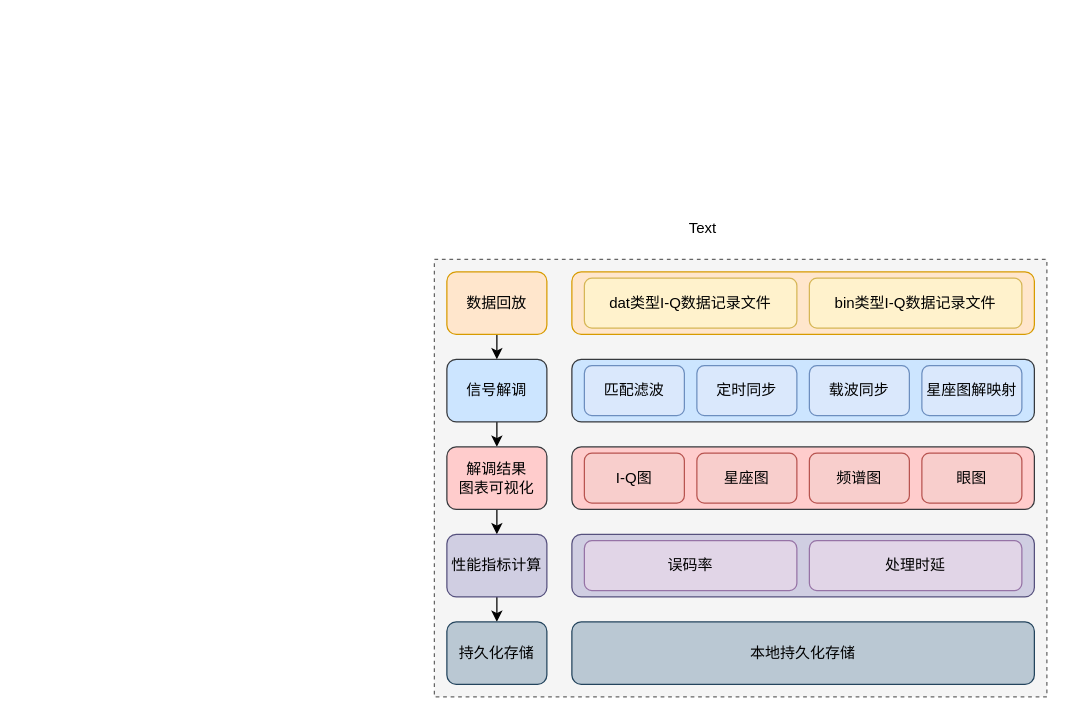
Thesis7/satellite-burst-signal-demodulation-system-lab keeps this draw.io diagram as img/卫星突发信号解调系统具体应用场景.drawio. Above is the earlier version. Source tidied: cells renumbered, new cells numbered last; positions are measured from the earlier drawing's top-left corner, leaving out a move shared by most shapes. Both pictures are drawn from the tidied source at 125%, with x=0, y=0 at pixel (434, 209).
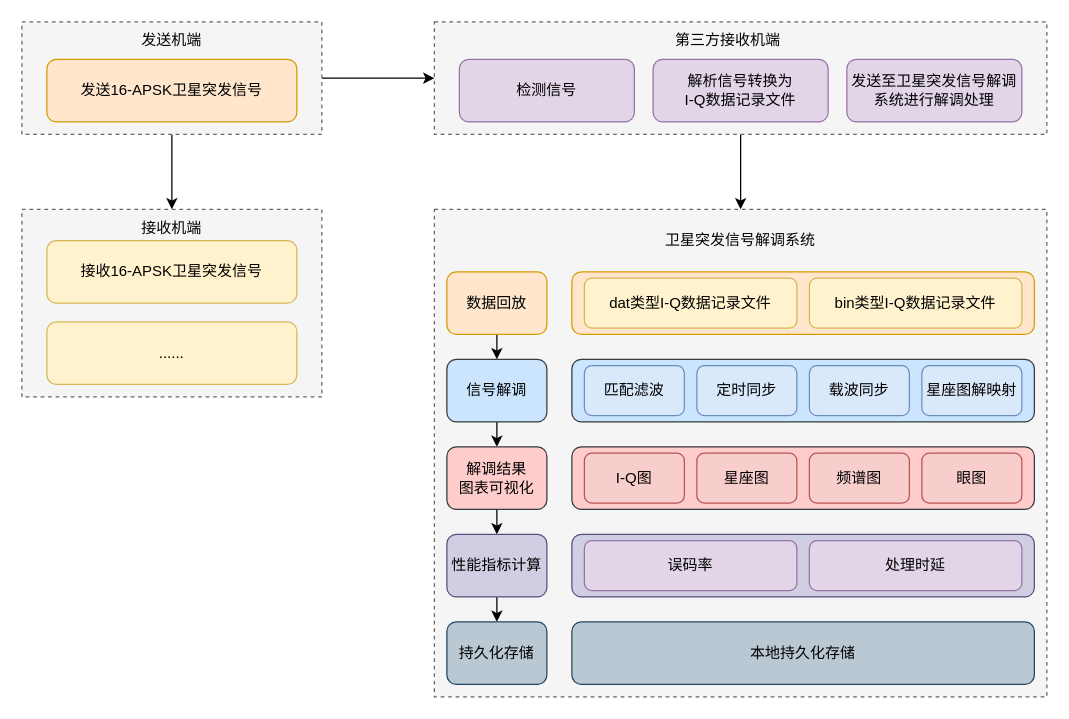
The same diagram, later.

Commit message (it also covers changes not shown here):
更新卫星突发信号解调系统具体应用场景.drawio

Change to the diagram source:
```diff
@@
+    <mxCell id="30" style="edgeStyle=orthogonalEdgeStyle;rounded=0;jettySize=auto;html=1;exitX=0.5;exitY=1;exitDx=0;exitDy=0;entryX=0.5;entryY=0;entryDx=0;entryDy=0;" parent="1" edge="1" source="31" target="2">
+      <mxGeometry relative="1" as="geometry" />
+    </mxCell>
+    <mxCell id="31" style="rounded=0;whiteSpace=wrap;html=1;fillColor=#f5f5f5;fontColor=#333333;strokeColor=#666666;dashed=1;" parent="1" vertex="1">
+      <mxGeometry y="-150" width="490" height="90" as="geometry" />
+    </mxCell>
+    <mxCell id="32" style="rounded=0;whiteSpace=wrap;html=1;fillColor=#f5f5f5;fontColor=#333333;strokeColor=#666666;dashed=1;" parent="1" vertex="1">
+      <mxGeometry x="-330" width="240" height="150" as="geometry" />
+    </mxCell>
+    <mxCell id="33" style="edgeStyle=orthogonalEdgeStyle;rounded=0;jettySize=auto;html=1;exitX=0.5;exitY=1;exitDx=0;exitDy=0;entryX=0.5;entryY=0;entryDx=0;entryDy=0;" parent="1" edge="1" source="35" target="37">
+      <mxGeometry relative="1" as="geometry" />
+    </mxCell>
+    <mxCell id="34" style="edgeStyle=orthogonalEdgeStyle;rounded=0;jettySize=auto;html=1;exitX=1;exitY=0.5;exitDx=0;exitDy=0;entryX=0;entryY=0.5;entryDx=0;entryDy=0;" parent="1" edge="1" source="35" target="31">
+      <mxGeometry relative="1" as="geometry" />
+    </mxCell>
+    <mxCell id="35" style="rounded=0;whiteSpace=wrap;html=1;fillColor=#f5f5f5;fontColor=#333333;strokeColor=#666666;dashed=1;" parent="1" vertex="1">
+      <mxGeometry x="-330" y="-150" width="240" height="90" as="geometry" />
+    </mxCell>
     <mxCell id="2" style="rounded=0;whiteSpace=wrap;html=1;fillColor=#f5f5f5;fontColor=#333333;strokeColor=#666666;dashed=1;" parent="1" vertex="1">
-      <mxGeometry y="40" width="490" height="350" as="geometry" />
+      <mxGeometry width="490" height="390" as="geometry" />
     </mxCell>
@@
-    <mxCell id="29" value="Text" style="text;html=1;align=center;verticalAlign=middle;whiteSpace=wrap;rounded=0;" parent="1" vertex="1">
-      <mxGeometry x="90" width="250" height="30" as="geometry" />
+    <mxCell id="29" value="卫星突发信号解调系统" style="text;html=1;align=center;verticalAlign=middle;whiteSpace=wrap;rounded=0;" parent="1" vertex="1">
+      <mxGeometry x="10" y="10" width="470" height="30" as="geometry" />
     </mxCell>
+    <mxCell id="36" value="发送机端" style="text;html=1;align=center;verticalAlign=middle;whiteSpace=wrap;rounded=0;" parent="1" vertex="1">
+      <mxGeometry x="-330" y="-150" width="240" height="30" as="geometry" />
+    </mxCell>
+    <mxCell id="37" value="接收机端" style="text;html=1;align=center;verticalAlign=middle;whiteSpace=wrap;rounded=0;" parent="1" vertex="1">
+      <mxGeometry x="-330" width="240" height="30" as="geometry" />
+    </mxCell>
+    <mxCell id="38" value="发送16-APSK卫星突发信号" style="rounded=1;whiteSpace=wrap;html=1;fillColor=#ffe6cc;strokeColor=#d79b00;" parent="1" vertex="1">
+      <mxGeometry x="-310" y="-120" width="200" height="50" as="geometry" />
+    </mxCell>
+    <mxCell id="39" value="接收16-APSK卫星突发信号" style="rounded=1;whiteSpace=wrap;html=1;fillColor=#fff2cc;strokeColor=#d6b656;" parent="1" vertex="1">
+      <mxGeometry x="-310" y="25" width="200" height="50" as="geometry" />
+    </mxCell>
+    <mxCell id="40" value="第三方接收机端" style="text;html=1;align=center;verticalAlign=middle;whiteSpace=wrap;rounded=0;" parent="1" vertex="1">
+      <mxGeometry y="-150" width="470" height="30" as="geometry" />
+    </mxCell>
+    <mxCell id="41" value="检测信号" style="rounded=1;whiteSpace=wrap;html=1;fillColor=#e1d5e7;strokeColor=#9673a6;" parent="1" vertex="1">
+      <mxGeometry x="20" y="-120" width="140" height="50" as="geometry" />
+    </mxCell>
+    <mxCell id="42" value="解析信号转换为&lt;div&gt;I-Q数据记录文件&lt;/div&gt;" style="rounded=1;whiteSpace=wrap;html=1;fillColor=#e1d5e7;strokeColor=#9673a6;" parent="1" vertex="1">
+      <mxGeometry x="175" y="-120" width="140" height="50" as="geometry" />
+    </mxCell>
+    <mxCell id="43" value="发送至卫星突发信号解调系统进行解调处理" style="rounded=1;whiteSpace=wrap;html=1;fillColor=#e1d5e7;strokeColor=#9673a6;" parent="1" vertex="1">
+      <mxGeometry x="330" y="-120" width="140" height="50" as="geometry" />
+    </mxCell>
+    <mxCell id="44" value="......" style="rounded=1;whiteSpace=wrap;html=1;fillColor=#fff2cc;strokeColor=#d6b656;" parent="1" vertex="1">
+      <mxGeometry x="-310" y="90" width="200" height="50" as="geometry" />
+    </mxCell>
```
